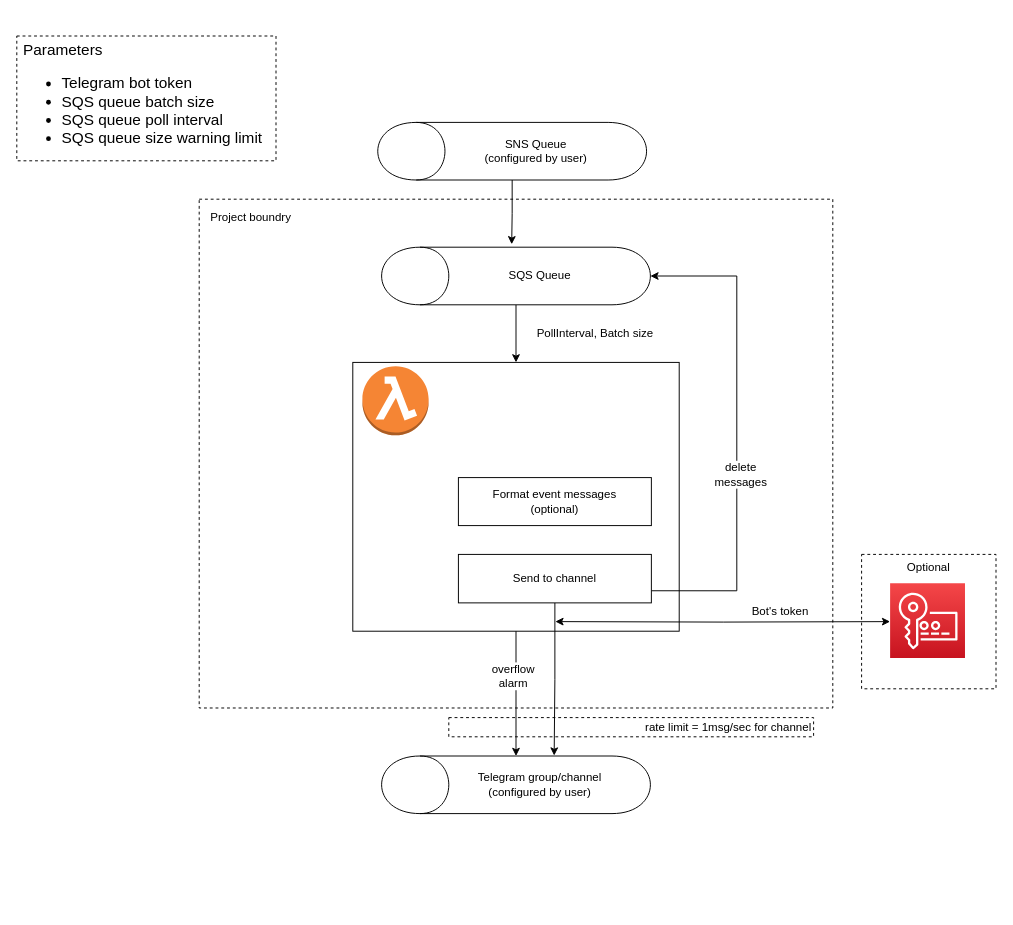
Above: doc/telegraf1.drawio in Sevick/telegraf (draw.io), before the change. Source tidied: cells renumbered, new cells numbered last; positions are measured from the earlier drawing's top-left corner, leaving out a move shared by most shapes. Both pictures are drawn from the tidied source at 96%, with x=0, y=0 at pixel (16, 16).
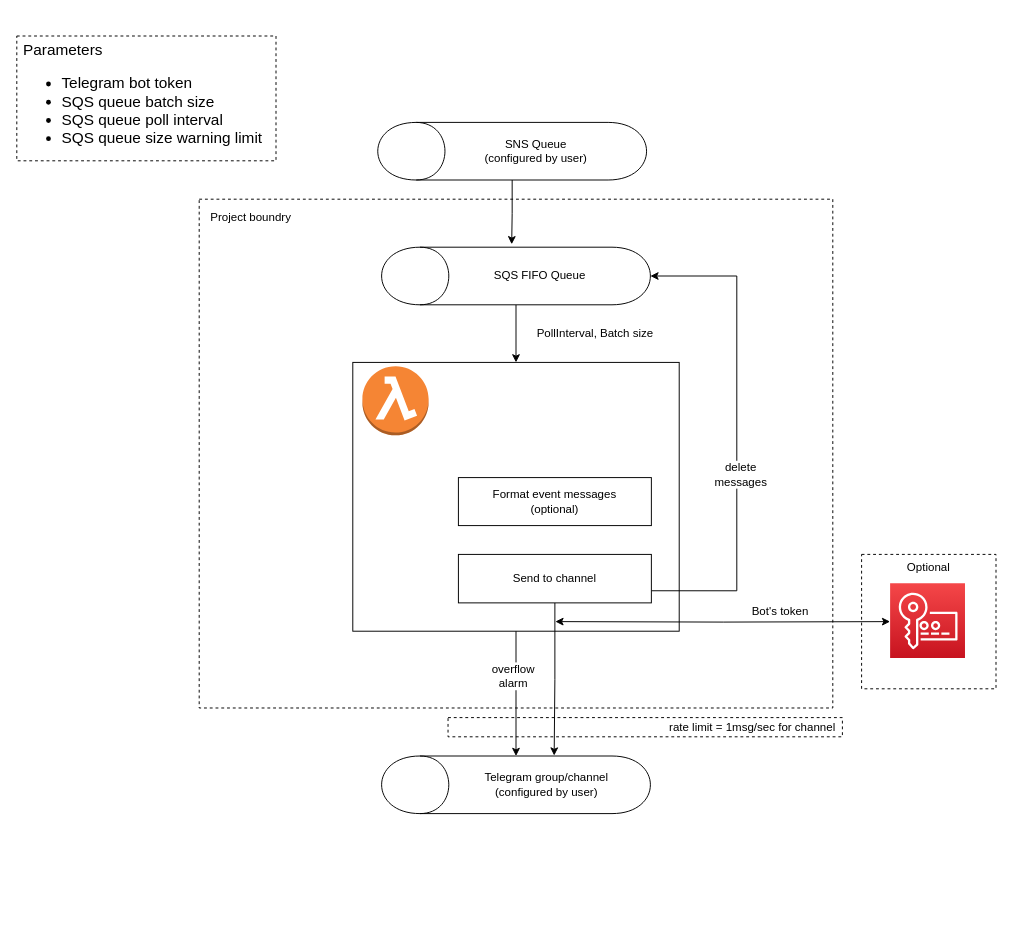
After the change.

Diff of the diagram source:
```diff
@@
-    <mxCell id="17" value="SQS Queue" style="text;html=1;strokeColor=none;fillColor=none;align=center;verticalAlign=middle;whiteSpace=wrap;rounded=0;" parent="1" vertex="1">
+    <mxCell id="17" value="SQS FIFO Queue" style="text;html=1;strokeColor=none;fillColor=none;align=center;verticalAlign=middle;whiteSpace=wrap;rounded=0;" parent="1" vertex="1">
       <mxGeometry x="460" y="250" width="170" height="40" as="geometry" />
     </mxCell>
@@
     <mxCell id="21" style="group;" parent="1" vertex="1">
-      <mxGeometry x="460" y="650" width="370" height="280" as="geometry" />
+      <mxGeometry x="460" y="650" width="400" height="280" as="geometry" />
     </mxCell>
     <mxCell id="22" value="Telegram group/channel&lt;br&gt;(configured by user)" style="text;html=1;strokeColor=none;fillColor=none;align=center;verticalAlign=middle;whiteSpace=wrap;rounded=0;" parent="21" vertex="1">
-      <mxGeometry y="130" width="170" height="40" as="geometry" />
+      <mxGeometry y="130" width="183.8" height="40" as="geometry" />
     </mxCell>
-    <mxCell id="23" value="rate limit = 1msg/sec for channel" style="rounded=0;whiteSpace=wrap;html=1;dashed=1;fillColor=none;align=right;" parent="21" vertex="1">
-      <mxGeometry x="-10" y="80" width="380" height="20" as="geometry" />
+    <mxCell id="23" value="rate limit = 1msg/sec for channel" style="rounded=0;whiteSpace=wrap;html=1;dashed=1;fillColor=none;align=right;spacingRight=5;" parent="21" vertex="1">
+      <mxGeometry x="-10.8" y="80" width="410.8" height="20" as="geometry" />
     </mxCell>
```
